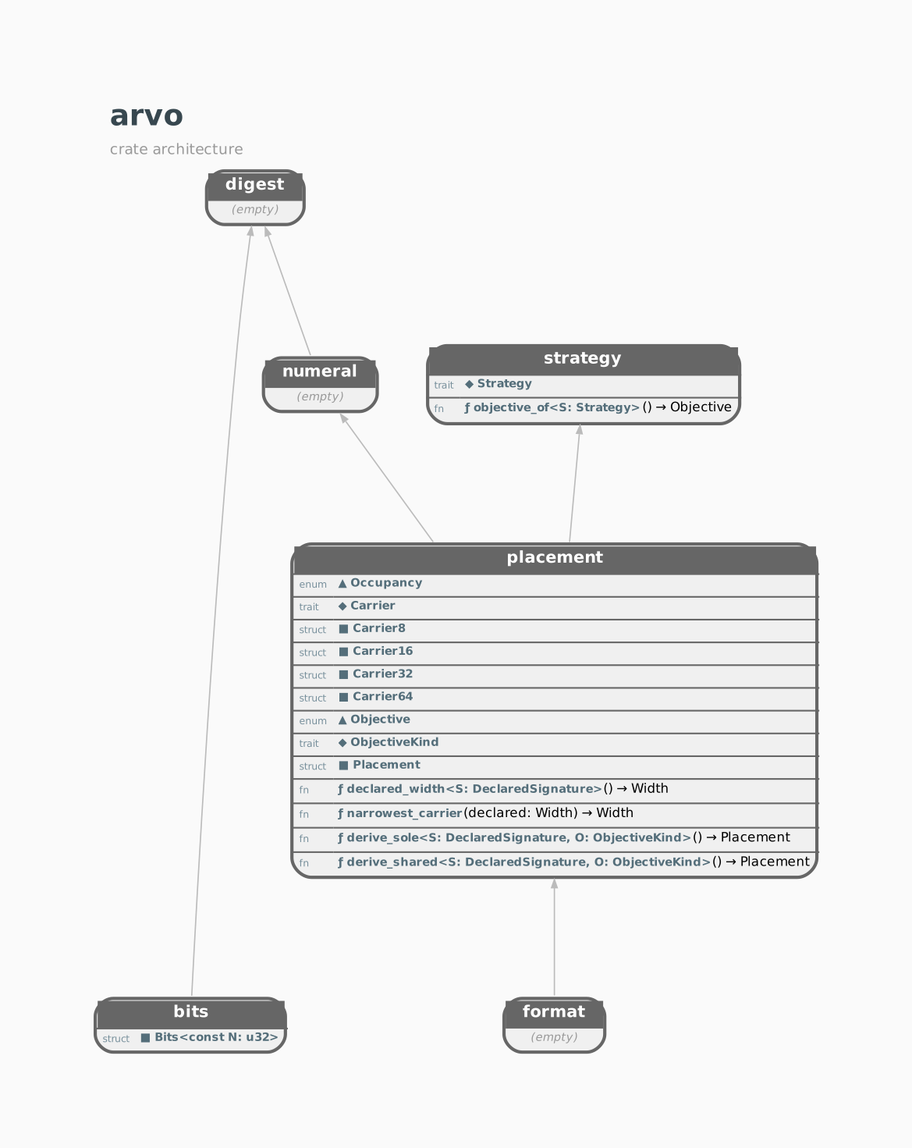
Earlier version of the Graphviz export docs/STRUCTURE.GRAPH.png (orgrinrt/arvo). Its source is kept beside it as docs/STRUCTURE.GRAPH.dot. Source of this version:
```dot

digraph "arvo" {
    rankdir=BT;
    newrank=true;
    bgcolor="#FAFAFA";
    graph [fontname="Helvetica", fontsize=10, pad=0.8, nodesep=0.4, ranksep=1.0];
    node [fontname="Helvetica", fontsize=8];
    edge [fontname="Helvetica", fontsize=7, color="#BBBBBB", arrowsize=0.5, penwidth=0.8];

    labelloc=t;
    labeljust=l;
    label=<<TABLE BORDER="0" CELLBORDER="0" CELLSPACING="0"><TR><TD ALIGN="LEFT"><FONT POINT-SIZE="18" COLOR="#37474F"><B>arvo</B></FONT></TD></TR><TR><TD ALIGN="LEFT"><FONT POINT-SIZE="9" COLOR="#999999">crate architecture</FONT></TD></TR></TABLE>>;

    arvo_bits [shape=none, margin=0, label=<<TABLE BORDER="2" CELLBORDER="0" CELLSPACING="0" CELLPADDING="3" BGCOLOR="#F0F0F0" COLOR="#666666" STYLE="ROUNDED"><TR><TD COLSPAN="2" BGCOLOR="#666666" ALIGN="CENTER"><FONT COLOR="white" POINT-SIZE="10"><B>  bits  </B></FONT></TD></TR><HR/><TR><TD ALIGN="LEFT"><FONT COLOR="#78909C" POINT-SIZE="6">struct</FONT></TD><TD ALIGN="LEFT" PORT="p_Bits"><FONT COLOR="#546E7A" POINT-SIZE="7"><B>■ Bits&lt;const N: u32&gt;</B></FONT></TD></TR></TABLE>>];
    arvo_digest [shape=none, margin=0, label=<<TABLE BORDER="2" CELLBORDER="0" CELLSPACING="0" CELLPADDING="3" BGCOLOR="#F0F0F0" COLOR="#666666" STYLE="ROUNDED"><TR><TD COLSPAN="2" BGCOLOR="#666666" ALIGN="CENTER"><FONT COLOR="white" POINT-SIZE="10"><B>  digest  </B></FONT></TD></TR><TR><TD COLSPAN="2"><FONT COLOR="#999999" POINT-SIZE="7"><I>(empty)</I></FONT></TD></TR></TABLE>>];
    arvo_format [shape=none, margin=0, label=<<TABLE BORDER="2" CELLBORDER="0" CELLSPACING="0" CELLPADDING="3" BGCOLOR="#F0F0F0" COLOR="#666666" STYLE="ROUNDED"><TR><TD COLSPAN="2" BGCOLOR="#666666" ALIGN="CENTER"><FONT COLOR="white" POINT-SIZE="10"><B>  format  </B></FONT></TD></TR><TR><TD COLSPAN="2"><FONT COLOR="#999999" POINT-SIZE="7"><I>(empty)</I></FONT></TD></TR></TABLE>>];
    arvo_numeral [shape=none, margin=0, label=<<TABLE BORDER="2" CELLBORDER="0" CELLSPACING="0" CELLPADDING="3" BGCOLOR="#F0F0F0" COLOR="#666666" STYLE="ROUNDED"><TR><TD COLSPAN="2" BGCOLOR="#666666" ALIGN="CENTER"><FONT COLOR="white" POINT-SIZE="10"><B>  numeral  </B></FONT></TD></TR><TR><TD COLSPAN="2"><FONT COLOR="#999999" POINT-SIZE="7"><I>(empty)</I></FONT></TD></TR></TABLE>>];
    arvo_placement [shape=none, margin=0, label=<<TABLE BORDER="2" CELLBORDER="0" CELLSPACING="0" CELLPADDING="3" BGCOLOR="#F0F0F0" COLOR="#666666" STYLE="ROUNDED"><TR><TD COLSPAN="2" BGCOLOR="#666666" ALIGN="CENTER"><FONT COLOR="white" POINT-SIZE="10"><B>  placement  </B></FONT></TD></TR><HR/><TR><TD ALIGN="LEFT"><FONT COLOR="#78909C" POINT-SIZE="6">enum</FONT></TD><TD ALIGN="LEFT" PORT="p_Occupancy"><FONT COLOR="#546E7A" POINT-SIZE="7"><B>▲ Occupancy</B></FONT></TD></TR><HR/><TR><TD ALIGN="LEFT"><FONT COLOR="#78909C" POINT-SIZE="6">trait</FONT></TD><TD ALIGN="LEFT" PORT="p_Carrier"><FONT COLOR="#546E7A" POINT-SIZE="7"><B>◆ Carrier</B></FONT></TD></TR><HR/><TR><TD ALIGN="LEFT"><FONT COLOR="#78909C" POINT-SIZE="6">struct</FONT></TD><TD ALIGN="LEFT" PORT="p_Carrier8"><FONT COLOR="#546E7A" POINT-SIZE="7"><B>■ Carrier8</B></FONT></TD></TR><HR/><TR><TD ALIGN="LEFT"><FONT COLOR="#78909C" POINT-SIZE="6">struct</FONT></TD><TD ALIGN="LEFT" PORT="p_Carrier16"><FONT COLOR="#546E7A" POINT-SIZE="7"><B>■ Carrier16</B></FONT></TD></TR><HR/><TR><TD ALIGN="LEFT"><FONT COLOR="#78909C" POINT-SIZE="6">struct</FONT></TD><TD ALIGN="LEFT" PORT="p_Carrier32"><FONT COLOR="#546E7A" POINT-SIZE="7"><B>■ Carrier32</B></FONT></TD></TR><HR/><TR><TD ALIGN="LEFT"><FONT COLOR="#78909C" POINT-SIZE="6">struct</FONT></TD><TD ALIGN="LEFT" PORT="p_Carrier64"><FONT COLOR="#546E7A" POINT-SIZE="7"><B>■ Carrier64</B></FONT></TD></TR><HR/><TR><TD ALIGN="LEFT"><FONT COLOR="#78909C" POINT-SIZE="6">enum</FONT></TD><TD ALIGN="LEFT" PORT="p_Objective"><FONT COLOR="#546E7A" POINT-SIZE="7"><B>▲ Objective</B></FONT></TD></TR><HR/><TR><TD ALIGN="LEFT"><FONT COLOR="#78909C" POINT-SIZE="6">trait</FONT></TD><TD ALIGN="LEFT" PORT="p_ObjectiveKind"><FONT COLOR="#546E7A" POINT-SIZE="7"><B>◆ ObjectiveKind</B></FONT></TD></TR><HR/><TR><TD ALIGN="LEFT"><FONT COLOR="#78909C" POINT-SIZE="6">struct</FONT></TD><TD ALIGN="LEFT" PORT="p_Placement"><FONT COLOR="#546E7A" POINT-SIZE="7"><B>■ Placement</B></FONT></TD></TR><HR/><TR><TD ALIGN="LEFT"><FONT COLOR="#78909C" POINT-SIZE="6">fn</FONT></TD><TD ALIGN="LEFT" PORT="p_declared_width"><FONT COLOR="#546E7A" POINT-SIZE="7"><B>ƒ declared_width&lt;S: DeclaredSignature&gt;</B></FONT>() → Width</TD></TR><HR/><TR><TD ALIGN="LEFT"><FONT COLOR="#78909C" POINT-SIZE="6">fn</FONT></TD><TD ALIGN="LEFT" PORT="p_narrowest_carrier"><FONT COLOR="#546E7A" POINT-SIZE="7"><B>ƒ narrowest_carrier</B></FONT>(declared: Width) → Width</TD></TR><HR/><TR><TD ALIGN="LEFT"><FONT COLOR="#78909C" POINT-SIZE="6">fn</FONT></TD><TD ALIGN="LEFT" PORT="p_derive_sole"><FONT COLOR="#546E7A" POINT-SIZE="7"><B>ƒ derive_sole&lt;S: DeclaredSignature, O: ObjectiveKind&gt;</B></FONT>() → Placement</TD></TR><HR/><TR><TD ALIGN="LEFT"><FONT COLOR="#78909C" POINT-SIZE="6">fn</FONT></TD><TD ALIGN="LEFT" PORT="p_derive_shared"><FONT COLOR="#546E7A" POINT-SIZE="7"><B>ƒ derive_shared&lt;S: DeclaredSignature, O: ObjectiveKind&gt;</B></FONT>() → Placement</TD></TR></TABLE>>];
    arvo_strategy [shape=none, margin=0, label=<<TABLE BORDER="2" CELLBORDER="0" CELLSPACING="0" CELLPADDING="3" BGCOLOR="#F0F0F0" COLOR="#666666" STYLE="ROUNDED"><TR><TD COLSPAN="2" BGCOLOR="#666666" ALIGN="CENTER"><FONT COLOR="white" POINT-SIZE="10"><B>  strategy  </B></FONT></TD></TR><HR/><TR><TD ALIGN="LEFT"><FONT COLOR="#78909C" POINT-SIZE="6">trait</FONT></TD><TD ALIGN="LEFT" PORT="p_Strategy"><FONT COLOR="#546E7A" POINT-SIZE="7"><B>◆ Strategy</B></FONT></TD></TR><HR/><TR><TD ALIGN="LEFT"><FONT COLOR="#78909C" POINT-SIZE="6">fn</FONT></TD><TD ALIGN="LEFT" PORT="p_objective_of"><FONT COLOR="#546E7A" POINT-SIZE="7"><B>ƒ objective_of&lt;S: Strategy&gt;</B></FONT>() → Objective</TD></TR></TABLE>>];

    { rank=same; arvo_bits; arvo_format; } // depth 0
    { rank=same; arvo_placement; } // depth 1
    { rank=same; arvo_numeral; arvo_strategy; } // depth 2
    { rank=same; arvo_digest; } // depth 3


    arvo_numeral -> arvo_digest;
    arvo_bits -> arvo_digest;
    arvo_placement -> arvo_numeral;
    arvo_format -> arvo_placement;
    arvo_placement -> arvo_strategy;

}
```
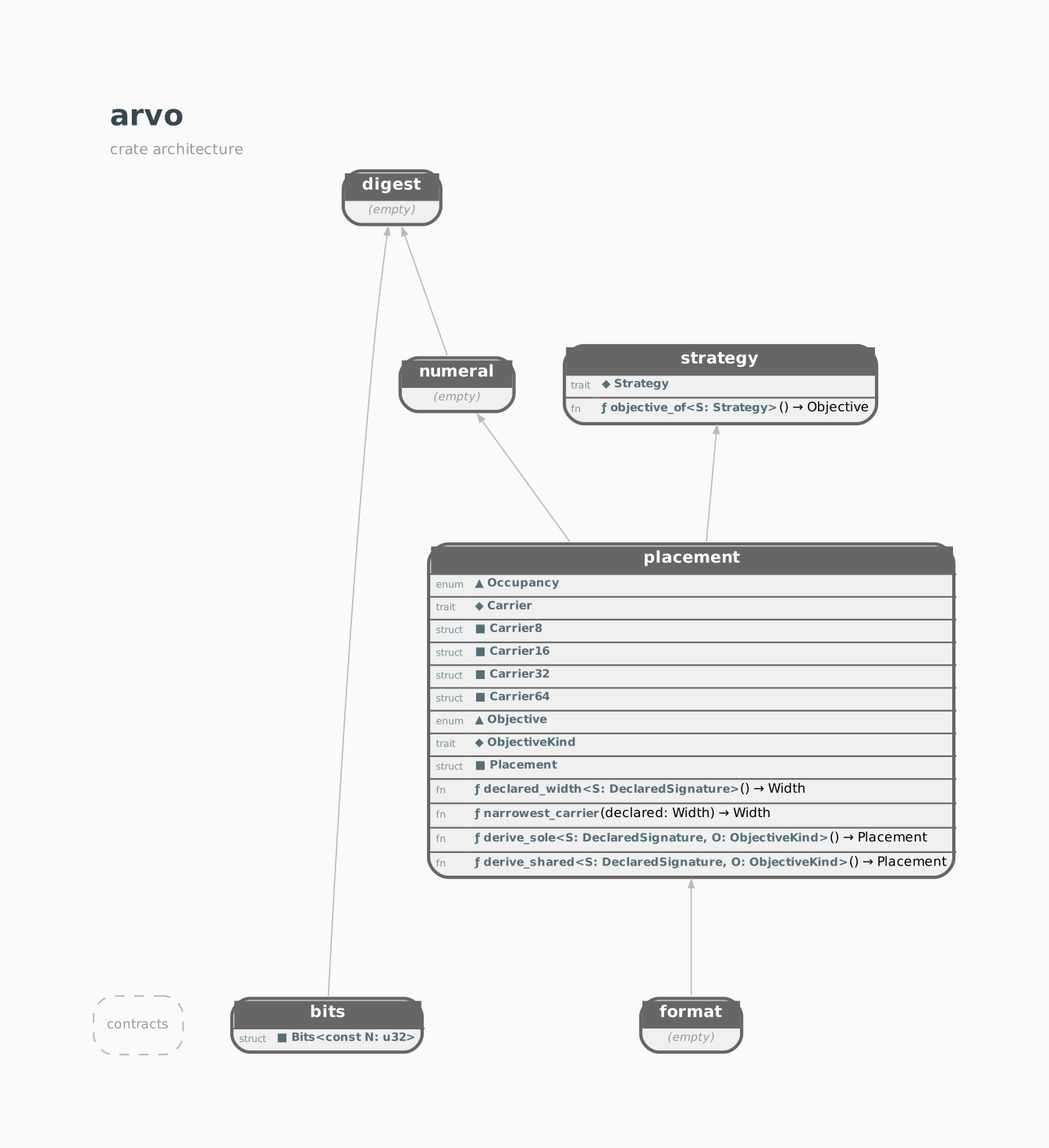
After the commit.

Diff of the diagram source:
```diff
@@ -10,6 +10,8 @@
     labelloc=t;
     labeljust=l;
     label=<<TABLE BORDER="0" CELLBORDER="0" CELLSPACING="0"><TR><TD ALIGN="LEFT"><FONT POINT-SIZE="18" COLOR="#37474F"><B>arvo</B></FONT></TD></TR><TR><TD ALIGN="LEFT"><FONT POINT-SIZE="9" COLOR="#999999">crate architecture</FONT></TD></TR></TABLE>>;
+
+    arvo_contracts [shape=box, style="dashed,rounded", color="#BBBBBB", fontcolor="#999999", label="contracts"];
 
     arvo_bits [shape=none, margin=0, label=<<TABLE BORDER="2" CELLBORDER="0" CELLSPACING="0" CELLPADDING="3" BGCOLOR="#F0F0F0" COLOR="#666666" STYLE="ROUNDED"><TR><TD COLSPAN="2" BGCOLOR="#666666" ALIGN="CENTER"><FONT COLOR="white" POINT-SIZE="10"><B>  bits  </B></FONT></TD></TR><HR/><TR><TD ALIGN="LEFT"><FONT COLOR="#78909C" POINT-SIZE="6">struct</FONT></TD><TD ALIGN="LEFT" PORT="p_Bits"><FONT COLOR="#546E7A" POINT-SIZE="7"><B>■ Bits&lt;const N: u32&gt;</B></FONT></TD></TR></TABLE>>];
     arvo_digest [shape=none, margin=0, label=<<TABLE BORDER="2" CELLBORDER="0" CELLSPACING="0" CELLPADDING="3" BGCOLOR="#F0F0F0" COLOR="#666666" STYLE="ROUNDED"><TR><TD COLSPAN="2" BGCOLOR="#666666" ALIGN="CENTER"><FONT COLOR="white" POINT-SIZE="10"><B>  digest  </B></FONT></TD></TR><TR><TD COLSPAN="2"><FONT COLOR="#999999" POINT-SIZE="7"><I>(empty)</I></FONT></TD></TR></TABLE>>];
```
